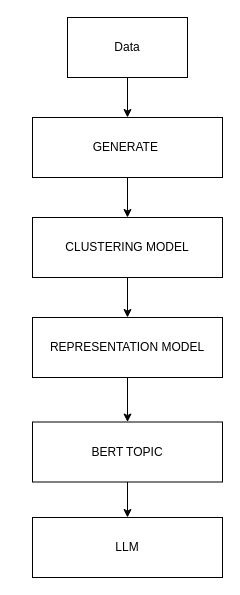
oitik/drawio keeps this draw.io diagram as TopicModelingDiagram.drawio. Above is the earlier version. Source tidied: cells renumbered, new cells numbered last; positions are measured from the earlier drawing's top-left corner, leaving out a move shared by most shapes. Both pictures are drawn from the tidied source at 100%, with x=0, y=0 at pixel (32, 17).
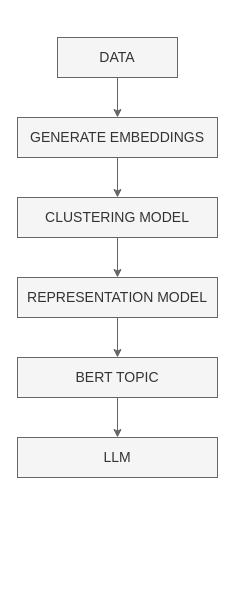
After the change.

Diff of the diagram source:
```diff
@@
 <mxGraphModel>
   <root>
     <mxCell id="0" />
     <mxCell id="1" parent="0" />
-    <mxCell id="2" style="edgeStyle=orthogonalEdgeStyle;rounded=0;jettySize=auto;html=1;" parent="1" edge="1" source="3" target="5">
+    <mxCell id="2" style="edgeStyle=orthogonalEdgeStyle;rounded=0;jettySize=auto;html=1;fillColor=#f5f5f5;strokeColor=#666666;" parent="1" edge="1" source="3" target="5">
       <mxGeometry relative="1" as="geometry" />
     </mxCell>
-    <mxCell id="3" value="Data" style="rounded=0;whiteSpace=wrap;html=1;" parent="1" vertex="1">
-      <mxGeometry x="35" width="120" height="60" as="geometry" />
+    <mxCell id="3" value="&lt;font style=&quot;font-size: 14px;&quot;&gt;DATA&lt;/font&gt;" style="rounded=0;whiteSpace=wrap;html=1;fillColor=#f5f5f5;strokeColor=#666666;fontColor=#333333;" parent="1" vertex="1">
+      <mxGeometry x="25" y="20" width="120" height="40" as="geometry" />
     </mxCell>
-    <mxCell id="4" style="edgeStyle=orthogonalEdgeStyle;rounded=0;jettySize=auto;html=1;" parent="1" edge="1" source="5" target="7">
+    <mxCell id="4" style="edgeStyle=orthogonalEdgeStyle;rounded=0;jettySize=auto;html=1;fillColor=#f5f5f5;strokeColor=#666666;" parent="1" edge="1" source="5" target="7">
       <mxGeometry relative="1" as="geometry" />
     </mxCell>
-    <mxCell id="5" value="GENERATE&amp;nbsp;" style="rounded=0;whiteSpace=wrap;html=1;" parent="1" vertex="1">
-      <mxGeometry y="100" width="190" height="60" as="geometry" />
+    <mxCell id="5" value="&lt;font style=&quot;font-size: 14px;&quot;&gt;GENERATE EMBEDDINGS&lt;/font&gt;" style="rounded=0;whiteSpace=wrap;html=1;fillColor=#f5f5f5;strokeColor=#666666;fontColor=#333333;" parent="1" vertex="1">
+      <mxGeometry x="-15" y="100" width="200" height="40" as="geometry" />
     </mxCell>
-    <mxCell id="6" style="edgeStyle=orthogonalEdgeStyle;rounded=0;jettySize=auto;html=1;" parent="1" edge="1" source="7" target="9">
+    <mxCell id="6" style="edgeStyle=orthogonalEdgeStyle;rounded=0;jettySize=auto;html=1;fillColor=#f5f5f5;strokeColor=#666666;" parent="1" edge="1" source="7" target="9">
       <mxGeometry relative="1" as="geometry" />
     </mxCell>
-    <mxCell id="7" value="CLUSTERING MODEL" style="rounded=0;whiteSpace=wrap;html=1;" parent="1" vertex="1">
-      <mxGeometry y="200" width="190" height="60" as="geometry" />
+    <mxCell id="7" value="&lt;font style=&quot;font-size: 14px;&quot;&gt;CLUSTERING MODEL&lt;/font&gt;" style="rounded=0;whiteSpace=wrap;html=1;fillColor=#f5f5f5;strokeColor=#666666;fontColor=#333333;" parent="1" vertex="1">
+      <mxGeometry x="-15" y="180" width="200" height="40" as="geometry" />
     </mxCell>
-    <mxCell id="8" style="edgeStyle=orthogonalEdgeStyle;rounded=0;jettySize=auto;html=1;" parent="1" edge="1" source="9" target="11">
+    <mxCell id="8" style="edgeStyle=orthogonalEdgeStyle;rounded=0;jettySize=auto;html=1;fillColor=#f5f5f5;strokeColor=#666666;" parent="1" edge="1" source="9" target="11">
       <mxGeometry relative="1" as="geometry" />
     </mxCell>
-    <mxCell id="9" value="REPRESENTATION MODEL" style="rounded=0;whiteSpace=wrap;html=1;" parent="1" vertex="1">
-      <mxGeometry y="300" width="190" height="60" as="geometry" />
+    <mxCell id="9" value="&lt;font style=&quot;font-size: 14px;&quot;&gt;REPRESENTATION MODEL&lt;/font&gt;" style="rounded=0;whiteSpace=wrap;html=1;fillColor=#f5f5f5;strokeColor=#666666;fontColor=#333333;" parent="1" vertex="1">
+      <mxGeometry x="-15" y="260" width="200" height="40" as="geometry" />
     </mxCell>
-    <mxCell id="10" style="edgeStyle=orthogonalEdgeStyle;rounded=0;jettySize=auto;html=1;" parent="1" edge="1" source="11" target="12">
+    <mxCell id="10" style="edgeStyle=orthogonalEdgeStyle;rounded=0;jettySize=auto;html=1;fillColor=#f5f5f5;strokeColor=#666666;" parent="1" edge="1" source="11" target="12">
       <mxGeometry relative="1" as="geometry" />
     </mxCell>
-    <mxCell id="11" value="BERT TOPIC" style="rounded=0;whiteSpace=wrap;html=1;" parent="1" vertex="1">
-      <mxGeometry y="404.5" width="190" height="60" as="geometry" />
+    <mxCell id="11" value="&lt;font style=&quot;font-size: 14px;&quot;&gt;BERT TOPIC&lt;/font&gt;" style="rounded=0;whiteSpace=wrap;html=1;fillColor=#f5f5f5;strokeColor=#666666;fontColor=#333333;" parent="1" vertex="1">
+      <mxGeometry x="-15" y="340" width="200" height="40" as="geometry" />
     </mxCell>
-    <mxCell id="12" value="LLM" style="rounded=0;whiteSpace=wrap;html=1;" parent="1" vertex="1">
-      <mxGeometry y="500" width="190" height="60" as="geometry" />
+    <mxCell id="12" value="&lt;font style=&quot;font-size: 14px;&quot;&gt;LLM&lt;/font&gt;" style="rounded=0;whiteSpace=wrap;html=1;fillColor=#f5f5f5;strokeColor=#666666;fontColor=#333333;" parent="1" vertex="1">
+      <mxGeometry x="-15" y="420" width="200" height="40" as="geometry" />
     </mxCell>
   </root>
 </mxGraphModel>
```
